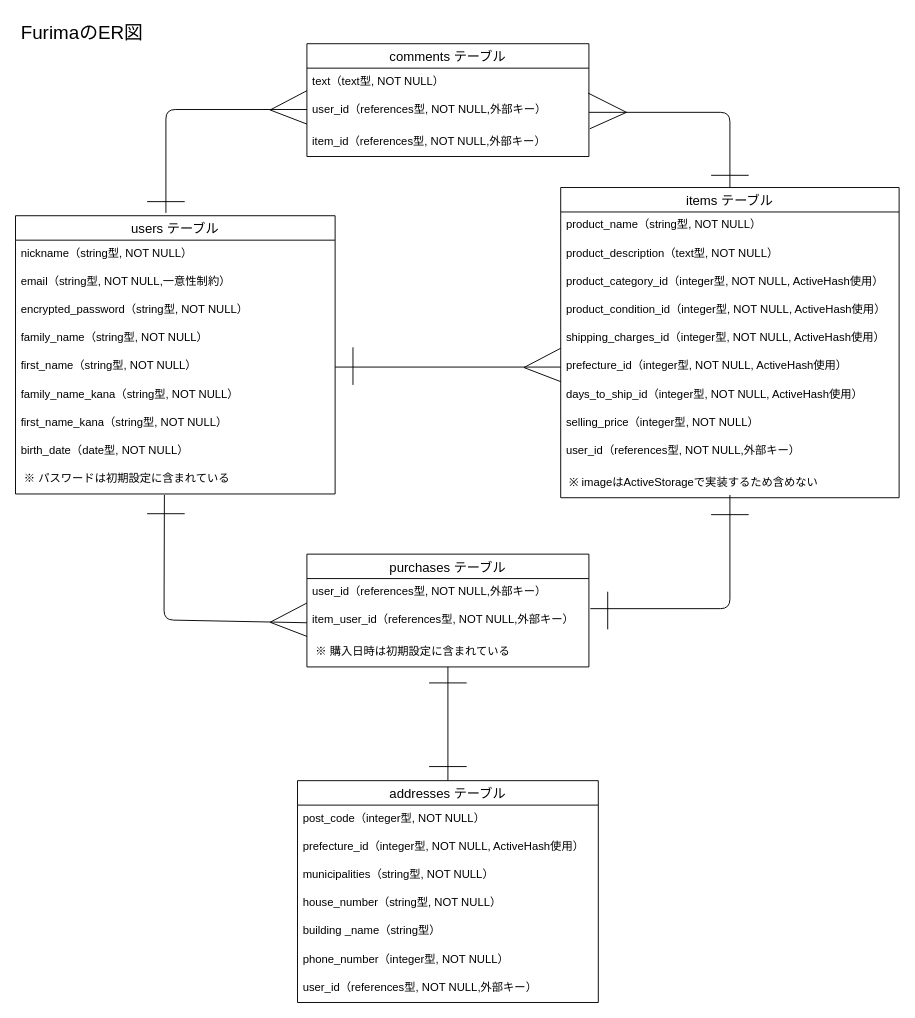
Before: DB_ER.dio in yuuri-aqua/furima-38690, a draw.io diagram. Source tidied: cells renumbered, new cells numbered last; positions are measured from the earlier drawing's top-left corner, leaving out a move shared by most shapes. Both pictures are drawn from the tidied source at 94%, with x=0, y=0 at pixel (15, 15).
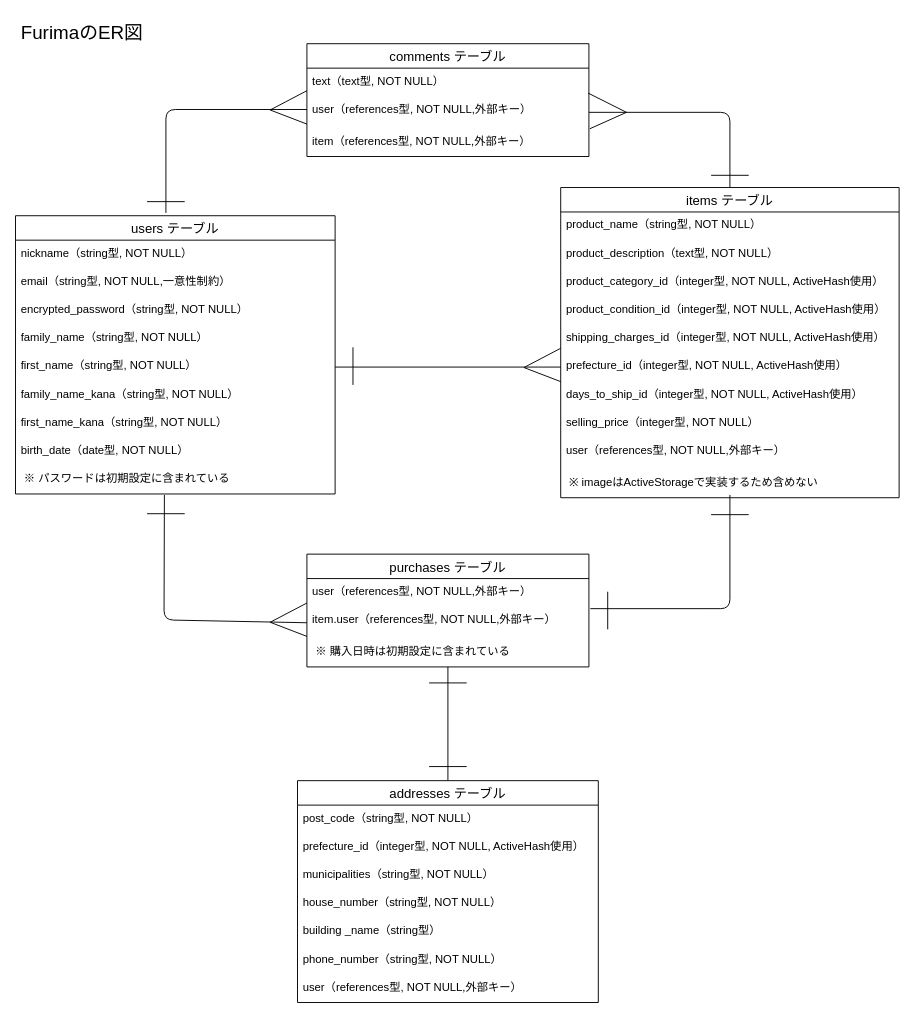
Above is the later version.

The change refers to these unchanged cells:
```xml
<mxCell id="14" value="purchases テーブル" style="swimlane;fontStyle=0;horizontal=1;startSize=26;align=center;fontSize=14;" parent="1" vertex="1">
  <mxGeometry x="310" y="573" width="300" height="120" as="geometry" />
</mxCell>
<mxCell id="19" value="items テーブル" style="swimlane;fontStyle=0;horizontal=1;startSize=26;align=center;fontSize=14;" parent="1" vertex="1">
  <mxGeometry x="580" y="183" width="360" height="330" as="geometry" />
</mxCell>
<mxCell id="30" value="addresses テーブル" style="swimlane;fontStyle=0;horizontal=1;startSize=26;align=center;fontSize=14;" parent="1" vertex="1">
  <mxGeometry x="300" y="814" width="320" height="236" as="geometry" />
</mxCell>
<mxCell id="46" value="comments テーブル" style="swimlane;fontStyle=0;horizontal=1;startSize=26;align=center;fontSize=14;" parent="1" vertex="1">
  <mxGeometry x="310" y="30" width="300" height="120" as="geometry" />
</mxCell>
```

Diff of the diagram source:
```diff
@@
-    <mxCell id="15" value="user_id（references型, NOT NULL,外部キー）" style="text;strokeColor=none;fillColor=none;spacingLeft=4;spacingRight=4;overflow=hidden;fontSize=12;" parent="14" vertex="1">
+    <mxCell id="15" value="user（references型, NOT NULL,外部キー）" style="text;strokeColor=none;fillColor=none;spacingLeft=4;spacingRight=4;overflow=hidden;fontSize=12;" parent="14" vertex="1">
       <mxGeometry y="26" width="300" height="30" as="geometry" />
     </mxCell>
-    <mxCell id="16" value="item_user_id（references型, NOT NULL,外部キー）" style="text;strokeColor=none;fillColor=none;spacingLeft=4;spacingRight=4;overflow=hidden;points=[[0,0.5],[1,0.5]];portConstraint=eastwest;fontSize=12;" parent="14" vertex="1">
+    <mxCell id="16" value="item.user（references型, NOT NULL,外部キー）" style="text;strokeColor=none;fillColor=none;spacingLeft=4;spacingRight=4;overflow=hidden;points=[[0,0.5],[1,0.5]];portConstraint=eastwest;fontSize=12;" parent="14" vertex="1">
       <mxGeometry y="56" width="300" height="34" as="geometry" />
     </mxCell>
@@
-    <mxCell id="28" value="user_id（references型, NOT NULL,外部キー）" style="text;strokeColor=none;fillColor=none;spacingLeft=4;spacingRight=4;overflow=hidden;fontSize=12;" parent="19" vertex="1">
+    <mxCell id="28" value="user（references型, NOT NULL,外部キー）" style="text;strokeColor=none;fillColor=none;spacingLeft=4;spacingRight=4;overflow=hidden;fontSize=12;" parent="19" vertex="1">
       <mxGeometry y="266" width="360" height="34" as="geometry" />
     </mxCell>
@@
-    <mxCell id="31" value="post_code（integer型, NOT NULL）" style="text;strokeColor=none;fillColor=none;spacingLeft=4;spacingRight=4;overflow=hidden;fontSize=12;" parent="30" vertex="1">
+    <mxCell id="31" value="post_code（string型, NOT NULL）" style="text;strokeColor=none;fillColor=none;spacingLeft=4;spacingRight=4;overflow=hidden;fontSize=12;" parent="30" vertex="1">
       <mxGeometry y="26" width="320" height="30" as="geometry" />
     </mxCell>
@@
-    <mxCell id="36" value="phone_number（integer型, NOT NULL）" style="text;strokeColor=none;fillColor=none;spacingLeft=4;spacingRight=4;overflow=hidden;fontSize=12;" parent="30" vertex="1">
+    <mxCell id="36" value="phone_number（string型, NOT NULL）" style="text;strokeColor=none;fillColor=none;spacingLeft=4;spacingRight=4;overflow=hidden;fontSize=12;" parent="30" vertex="1">
       <mxGeometry y="176" width="320" height="30" as="geometry" />
     </mxCell>
-    <mxCell id="37" value="user_id（references型, NOT NULL,外部キー）" style="text;strokeColor=none;fillColor=none;spacingLeft=4;spacingRight=4;overflow=hidden;fontSize=12;" parent="30" vertex="1">
+    <mxCell id="37" value="user（references型, NOT NULL,外部キー）" style="text;strokeColor=none;fillColor=none;spacingLeft=4;spacingRight=4;overflow=hidden;fontSize=12;" parent="30" vertex="1">
       <mxGeometry y="206" width="320" height="30" as="geometry" />
     </mxCell>
@@
-    <mxCell id="48" value="user_id（references型, NOT NULL,外部キー）" style="text;strokeColor=none;fillColor=none;spacingLeft=4;spacingRight=4;overflow=hidden;points=[[0,0.5],[1,0.5]];portConstraint=eastwest;fontSize=12;" parent="46" vertex="1">
+    <mxCell id="48" value="user（references型, NOT NULL,外部キー）" style="text;strokeColor=none;fillColor=none;spacingLeft=4;spacingRight=4;overflow=hidden;points=[[0,0.5],[1,0.5]];portConstraint=eastwest;fontSize=12;" parent="46" vertex="1">
       <mxGeometry y="56" width="300" height="34" as="geometry" />
     </mxCell>
-    <mxCell id="49" value="item_id（references型, NOT NULL,外部キー）" style="text;strokeColor=none;fillColor=none;spacingLeft=4;spacingRight=4;overflow=hidden;points=[[0,0.5],[1,0.5]];portConstraint=eastwest;fontSize=12;" parent="46" vertex="1">
+    <mxCell id="49" value="item（references型, NOT NULL,外部キー）" style="text;strokeColor=none;fillColor=none;spacingLeft=4;spacingRight=4;overflow=hidden;points=[[0,0.5],[1,0.5]];portConstraint=eastwest;fontSize=12;" parent="46" vertex="1">
       <mxGeometry y="90" width="300" height="30" as="geometry" />
     </mxCell>
```
